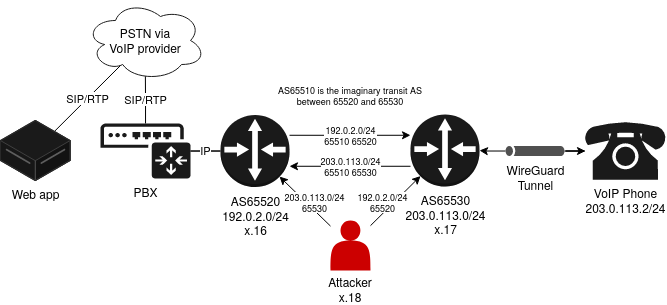
Before: infra.png, a diagram exported from draw.io (cs4404-mission2/writeup). Source tidied: cells renumbered, new cells last; positions are measured from the earlier drawing's top-left corner, leaving out a move shared by most shapes. Source of this version:
```xml
<mxGraphModel>
  <root>
    <mxCell id="0" />
    <mxCell id="1" parent="0" />
    <mxCell id="2" value="SIP/RTP" style="edgeStyle=orthogonalEdgeStyle;rounded=0;jettySize=auto;html=1;fontColor=#000000;startArrow=none;startFill=0;endArrow=none;endFill=0;entryX=0.499;entryY=0.947;entryDx=0;entryDy=0;entryPerimeter=0;" parent="1" edge="1" source="3" target="9">
      <mxGeometry relative="1" as="geometry" />
    </mxCell>
    <mxCell id="3" value="PBX" style="sketch=0;shadow=0;dashed=0;html=1;strokeColor=none;fillColor=#1A1A1A;labelPosition=center;verticalLabelPosition=bottom;verticalAlign=top;outlineConnect=0;align=center;shape=mxgraph.office.devices.ip_pbx;" parent="1" vertex="1">
      <mxGeometry x="100" y="123" width="90" height="55" as="geometry" />
    </mxCell>
    <mxCell id="4" value="&lt;div style=&quot;font-size: 9px;&quot;&gt;192.0.2.0/24&lt;/div&gt;&lt;div style=&quot;font-size: 9px;&quot;&gt;65510 65520&lt;br style=&quot;font-size: 9px;&quot;&gt;&lt;/div&gt;" style="edgeStyle=orthogonalEdgeStyle;rounded=0;orthogonalLoop=1;jettySize=auto;html=1;fontColor=#000000;fontSize=9;" parent="1" edge="1">
      <mxGeometry relative="1" as="geometry">
        <mxPoint x="289" y="134.8" as="sourcePoint" />
        <mxPoint x="410" y="134.8" as="targetPoint" />
        <Array as="points">
          <mxPoint x="350" y="134.8" />
          <mxPoint x="350" y="134.8" />
        </Array>
      </mxGeometry>
    </mxCell>
    <mxCell id="5" style="edgeStyle=orthogonalEdgeStyle;rounded=0;jettySize=auto;html=1;fontColor=#000000;startArrow=none;startFill=0;endArrow=none;endFill=0;" parent="1" edge="1" source="8" target="3">
      <mxGeometry relative="1" as="geometry" />
    </mxCell>
    <mxCell id="6" value="IP" style="edgeStyle=orthogonalEdgeStyle;rounded=0;jettySize=auto;html=1;fontColor=#000000;startArrow=none;startFill=0;endArrow=none;endFill=0;spacingBottom=2;" parent="1" edge="1" source="8" target="3">
      <mxGeometry relative="1" as="geometry" />
    </mxCell>
    <mxCell id="7" value="&lt;div&gt;VoIP Phone&lt;/div&gt;&lt;div&gt;203.0.113.2/24&lt;br&gt;&lt;/div&gt;" style="fontColor=#000000;verticalAlign=top;verticalLabelPosition=bottom;labelPosition=center;align=center;html=1;outlineConnect=0;fillColor=#1A1A1A;strokeColor=#1A1A1A;gradientColor=none;gradientDirection=north;strokeWidth=2;shape=mxgraph.networks.phone_1;" parent="1" vertex="1">
      <mxGeometry x="585" y="122.5" width="80" height="56" as="geometry" />
    </mxCell>
    <mxCell id="8" value="&lt;div&gt;AS65520&lt;/div&gt;&lt;div&gt;192.0.2.0/24&lt;/div&gt;&lt;div&gt;x.16&lt;br&gt;&lt;/div&gt;" style="outlineConnect=0;dashed=0;verticalLabelPosition=bottom;verticalAlign=top;align=center;html=1;shape=mxgraph.aws3.router;fillColor=#1A1A1A;gradientColor=none;strokeColor=#000000;" parent="1" vertex="1">
      <mxGeometry x="220" y="114.5" width="69" height="72" as="geometry" />
    </mxCell>
    <mxCell id="9" value="&lt;div&gt;PSTN via&lt;/div&gt;&lt;div&gt;VoIP provider&lt;br&gt;&lt;/div&gt;" style="ellipse;shape=cloud;whiteSpace=wrap;html=1;strokeColor=#1A1A1A;fontColor=#000000;fillColor=none;" parent="1" vertex="1">
      <mxGeometry x="85" width="120" height="80" as="geometry" />
    </mxCell>
    <mxCell id="10" value="SIP/RTP" style="rounded=0;jettySize=auto;html=1;fontColor=#000000;startArrow=none;startFill=0;endArrow=none;endFill=0;endSize=6;sourcePerimeterSpacing=-11;targetPerimeterSpacing=-11;" parent="1" edge="1" source="11" target="9">
      <mxGeometry relative="1" as="geometry" />
    </mxCell>
    <mxCell id="11" value="&lt;div&gt;Web app&lt;/div&gt;" style="verticalLabelPosition=bottom;html=1;verticalAlign=top;strokeWidth=1;align=center;outlineConnect=0;dashed=0;outlineConnect=0;shape=mxgraph.aws3d.dataServer;strokeColor=#5E5E5E;fontColor=#000000;fillColor=#1A1A1A;" parent="1" vertex="1">
      <mxGeometry y="120" width="69.6" height="60" as="geometry" />
    </mxCell>
    <mxCell id="12" value="&lt;div style=&quot;font-size: 9px;&quot;&gt;192.0.2.0/24&lt;/div&gt;&lt;div style=&quot;font-size: 9px;&quot;&gt;65520&lt;br style=&quot;font-size: 9px;&quot;&gt;&lt;/div&gt;" style="edgeStyle=none;rounded=0;jettySize=auto;html=1;fontColor=#000000;startArrow=none;startFill=0;endArrow=classic;endFill=1;endSize=6;sourcePerimeterSpacing=0;targetPerimeterSpacing=0;entryX=0.145;entryY=0.855;entryDx=0;entryDy=0;entryPerimeter=0;fontSize=9;spacingBottom=15;spacingLeft=0;spacingRight=15;" parent="1" edge="1" source="14" target="17">
      <mxGeometry x="-0.29" y="-3" relative="1" as="geometry" />
    </mxCell>
    <mxCell id="13" value="&lt;div style=&quot;font-size: 9px;&quot;&gt;&lt;font style=&quot;font-size: 9px;&quot;&gt;203.0.113.0/24&lt;/font&gt;&lt;/div&gt;&lt;div style=&quot;font-size: 9px;&quot;&gt;&lt;font style=&quot;font-size: 9px;&quot;&gt;65530&lt;br style=&quot;font-size: 9px;&quot;&gt;&lt;/font&gt;&lt;/div&gt;" style="edgeStyle=none;rounded=0;jettySize=auto;html=1;fontColor=#000000;startArrow=none;startFill=0;endArrow=classic;endFill=1;endSize=6;sourcePerimeterSpacing=0;targetPerimeterSpacing=0;entryX=0.855;entryY=0.855;entryDx=0;entryDy=0;entryPerimeter=0;fontSize=9;spacingLeft=9;spacingBottom=17;labelBackgroundColor=default;" parent="1" edge="1" source="14" target="8">
      <mxGeometry x="-0.29" y="3" relative="1" as="geometry" />
    </mxCell>
    <mxCell id="14" value="&lt;div&gt;Attacker&lt;/div&gt;&lt;div&gt;x.18&lt;br&gt;&lt;/div&gt;" style="shape=actor;whiteSpace=wrap;html=1;strokeColor=none;fontColor=#000000;fillColor=#CC0000;labelPosition=center;verticalLabelPosition=bottom;align=center;verticalAlign=top;spacing=0;" parent="1" vertex="1">
      <mxGeometry x="330" y="220" width="40" height="50" as="geometry" />
    </mxCell>
    <mxCell id="15" value="&lt;div style=&quot;font-size: 9px;&quot;&gt;203.0.113.0/24&lt;/div&gt;&lt;div&gt;65510 65530&lt;br&gt;&lt;/div&gt;" style="edgeStyle=orthogonalEdgeStyle;rounded=0;orthogonalLoop=1;jettySize=auto;html=1;fontColor=#000000;fontSize=9;startArrow=classic;startFill=1;endArrow=none;endFill=0;" parent="1" edge="1">
      <mxGeometry relative="1" as="geometry">
        <mxPoint x="289" y="165.8" as="sourcePoint" />
        <mxPoint x="410" y="165.8" as="targetPoint" />
        <Array as="points">
          <mxPoint x="350" y="165.8" />
          <mxPoint x="350" y="165.8" />
        </Array>
      </mxGeometry>
    </mxCell>
    <mxCell id="16" value="AS65510 is the imaginary transit AS between 65520 and 65530" style="text;html=1;strokeColor=none;fillColor=none;align=center;verticalAlign=middle;whiteSpace=wrap;rounded=0;fontSize=9;fontColor=#000000;" parent="1" vertex="1">
      <mxGeometry x="275" y="80" width="150" height="30" as="geometry" />
    </mxCell>
    <mxCell id="17" value="&lt;div&gt;AS65530&lt;/div&gt;&lt;div&gt;203.0.113.0/24&lt;/div&gt;&lt;div&gt;x.17&lt;br&gt;&lt;/div&gt;" style="outlineConnect=0;dashed=0;verticalLabelPosition=bottom;verticalAlign=top;align=center;html=1;shape=mxgraph.aws3.router;fillColor=#1A1A1A;gradientColor=none;strokeColor=#000000;" parent="1" vertex="1">
      <mxGeometry x="410" y="114" width="69" height="72" as="geometry" />
    </mxCell>
    <mxCell id="18" style="edgeStyle=orthogonalEdgeStyle;rounded=0;jettySize=auto;html=1;" parent="1" edge="1" source="20" target="17">
      <mxGeometry relative="1" as="geometry" />
    </mxCell>
    <mxCell id="19" style="edgeStyle=orthogonalEdgeStyle;rounded=0;jettySize=auto;html=1;" parent="1" edge="1" source="20" target="7">
      <mxGeometry relative="1" as="geometry" />
    </mxCell>
    <mxCell id="20" value="&lt;div&gt;WireGuard&lt;/div&gt;&lt;div&gt;Tunnel&lt;br&gt;&lt;/div&gt;" style="sketch=0;shadow=0;dashed=0;html=1;strokeColor=none;fillColor=#505050;labelPosition=center;verticalLabelPosition=bottom;verticalAlign=top;outlineConnect=0;align=center;shape=mxgraph.office.servers.tunnel_straight;" parent="1" vertex="1">
      <mxGeometry x="505" y="145.5" width="59" height="10" as="geometry" />
    </mxCell>
  </root>
</mxGraphModel>
```
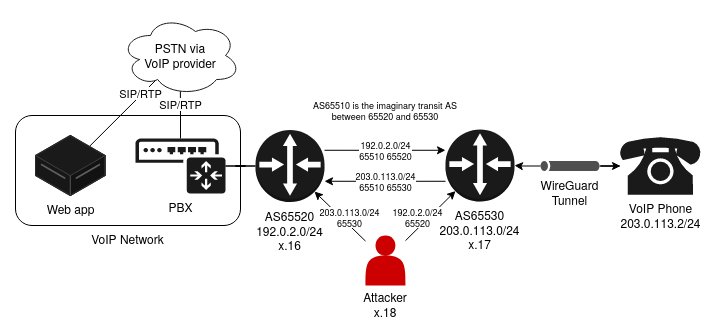
After the change.

Commit message:
feat: update voip diagram

The edit, as a diff of the source:
```diff
@@ -2,8 +2,8 @@
   <root>
     <mxCell id="0" />
     <mxCell id="1" parent="0" />
-    <mxCell id="2" value="SIP/RTP" style="edgeStyle=orthogonalEdgeStyle;rounded=0;jettySize=auto;html=1;fontColor=#000000;startArrow=none;startFill=0;endArrow=none;endFill=0;entryX=0.499;entryY=0.947;entryDx=0;entryDy=0;entryPerimeter=0;" parent="1" edge="1" source="3" target="9">
-      <mxGeometry relative="1" as="geometry" />
+    <mxCell id="2" value="SIP/RTP" style="edgeStyle=orthogonalEdgeStyle;rounded=0;jettySize=auto;html=1;fontColor=#000000;startArrow=none;startFill=0;endArrow=none;endFill=0;entryX=0.499;entryY=0.947;entryDx=0;entryDy=0;entryPerimeter=0;spacingBottom=2;" parent="1" edge="1" source="3" target="9">
+      <mxGeometry x="0.4" relative="1" as="geometry" />
     </mxCell>
     <mxCell id="3" value="PBX" style="sketch=0;shadow=0;dashed=0;html=1;strokeColor=none;fillColor=#1A1A1A;labelPosition=center;verticalLabelPosition=bottom;verticalAlign=top;outlineConnect=0;align=center;shape=mxgraph.office.devices.ip_pbx;" parent="1" vertex="1">
       <mxGeometry x="100" y="123" width="90" height="55" as="geometry" />
@@ -21,7 +21,7 @@
     <mxCell id="5" style="edgeStyle=orthogonalEdgeStyle;rounded=0;jettySize=auto;html=1;fontColor=#000000;startArrow=none;startFill=0;endArrow=none;endFill=0;" parent="1" edge="1" source="8" target="3">
       <mxGeometry relative="1" as="geometry" />
     </mxCell>
-    <mxCell id="6" value="IP" style="edgeStyle=orthogonalEdgeStyle;rounded=0;jettySize=auto;html=1;fontColor=#000000;startArrow=none;startFill=0;endArrow=none;endFill=0;spacingBottom=2;" parent="1" edge="1" source="8" target="3">
+    <mxCell id="6" style="edgeStyle=orthogonalEdgeStyle;rounded=0;jettySize=auto;html=1;fontColor=#000000;startArrow=none;startFill=0;endArrow=none;endFill=0;spacingBottom=2;" parent="1" edge="1" source="8" target="3">
       <mxGeometry relative="1" as="geometry" />
     </mxCell>
     <mxCell id="7" value="&lt;div&gt;VoIP Phone&lt;/div&gt;&lt;div&gt;203.0.113.2/24&lt;br&gt;&lt;/div&gt;" style="fontColor=#000000;verticalAlign=top;verticalLabelPosition=bottom;labelPosition=center;align=center;html=1;outlineConnect=0;fillColor=#1A1A1A;strokeColor=#1A1A1A;gradientColor=none;gradientDirection=north;strokeWidth=2;shape=mxgraph.networks.phone_1;" parent="1" vertex="1">
@@ -33,8 +33,8 @@
     <mxCell id="9" value="&lt;div&gt;PSTN via&lt;/div&gt;&lt;div&gt;VoIP provider&lt;br&gt;&lt;/div&gt;" style="ellipse;shape=cloud;whiteSpace=wrap;html=1;strokeColor=#1A1A1A;fontColor=#000000;fillColor=none;" parent="1" vertex="1">
       <mxGeometry x="85" width="120" height="80" as="geometry" />
     </mxCell>
-    <mxCell id="10" value="SIP/RTP" style="rounded=0;jettySize=auto;html=1;fontColor=#000000;startArrow=none;startFill=0;endArrow=none;endFill=0;endSize=6;sourcePerimeterSpacing=-11;targetPerimeterSpacing=-11;" parent="1" edge="1" source="11" target="9">
-      <mxGeometry relative="1" as="geometry" />
+    <mxCell id="10" value="SIP/RTP" style="rounded=0;jettySize=auto;html=1;fontColor=#000000;startArrow=none;startFill=0;endArrow=none;endFill=0;endSize=6;sourcePerimeterSpacing=-11;targetPerimeterSpacing=-11;spacingBottom=4;" parent="1" edge="1" source="11" target="9">
+      <mxGeometry x="0.55" relative="1" as="geometry" />
     </mxCell>
     <mxCell id="11" value="&lt;div&gt;Web app&lt;/div&gt;" style="verticalLabelPosition=bottom;html=1;verticalAlign=top;strokeWidth=1;align=center;outlineConnect=0;dashed=0;outlineConnect=0;shape=mxgraph.aws3d.dataServer;strokeColor=#5E5E5E;fontColor=#000000;fillColor=#1A1A1A;" parent="1" vertex="1">
       <mxGeometry y="120" width="69.6" height="60" as="geometry" />
@@ -73,5 +73,8 @@
     <mxCell id="20" value="&lt;div&gt;WireGuard&lt;/div&gt;&lt;div&gt;Tunnel&lt;br&gt;&lt;/div&gt;" style="sketch=0;shadow=0;dashed=0;html=1;strokeColor=none;fillColor=#505050;labelPosition=center;verticalLabelPosition=bottom;verticalAlign=top;outlineConnect=0;align=center;shape=mxgraph.office.servers.tunnel_straight;" parent="1" vertex="1">
       <mxGeometry x="505" y="145.5" width="59" height="10" as="geometry" />
     </mxCell>
+    <mxCell id="21" value="VoIP Network" style="rounded=1;whiteSpace=wrap;html=1;fillColor=none;labelPosition=center;verticalLabelPosition=bottom;align=center;verticalAlign=top;" parent="1" vertex="1">
+      <mxGeometry x="-20" y="100" width="225" height="110" as="geometry" />
+    </mxCell>
   </root>
 </mxGraphModel>
```
